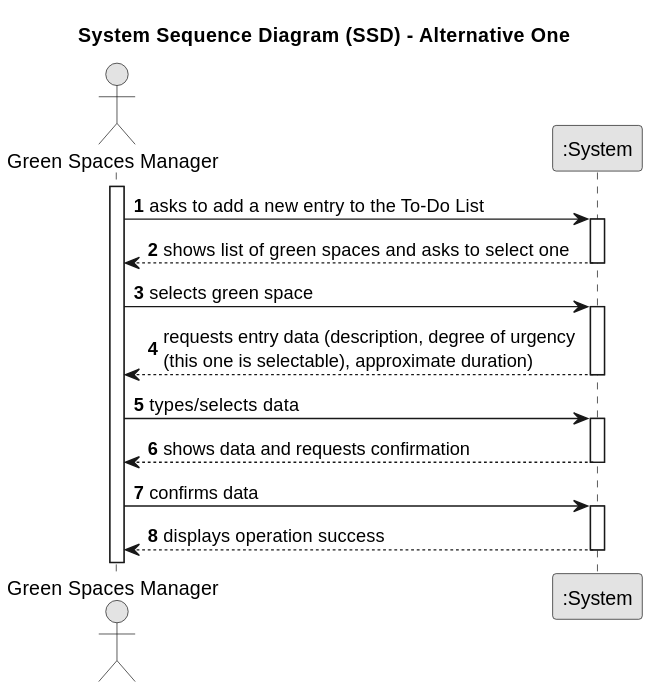
tiagosoa/lei-24-s2-1dgh-g073 keeps this PlantUML diagram as docs/sprint3/us021/01.requirements-engineering/svg/us021-system-sequence-diagram-alternative-one.svg. Above is the earlier version. The source it was exported from:
```plantuml
@startuml
skinparam monochrome true
skinparam packageStyle rectangle
skinparam shadowing false

title System Sequence Diagram (SSD) - Alternative One

autonumber

actor "Green Spaces Manager" as GSM
participant ":System" as System

activate GSM

    GSM -> System : asks to add a new entry to the To-Do List
    activate System

        System --> GSM : shows list of green spaces and asks to select one
    deactivate System

    GSM -> System : selects green space
    activate System

    System --> GSM : requests entry data (description, degree of urgency \n(this one is selectable), approximate duration)
    deactivate System

    GSM -> System : types/selects data
    activate System

    System --> GSM : shows data and requests confirmation
    deactivate System

    GSM -> System : confirms data
    activate System

    System --> GSM : displays operation success
    deactivate System
@enduml
```
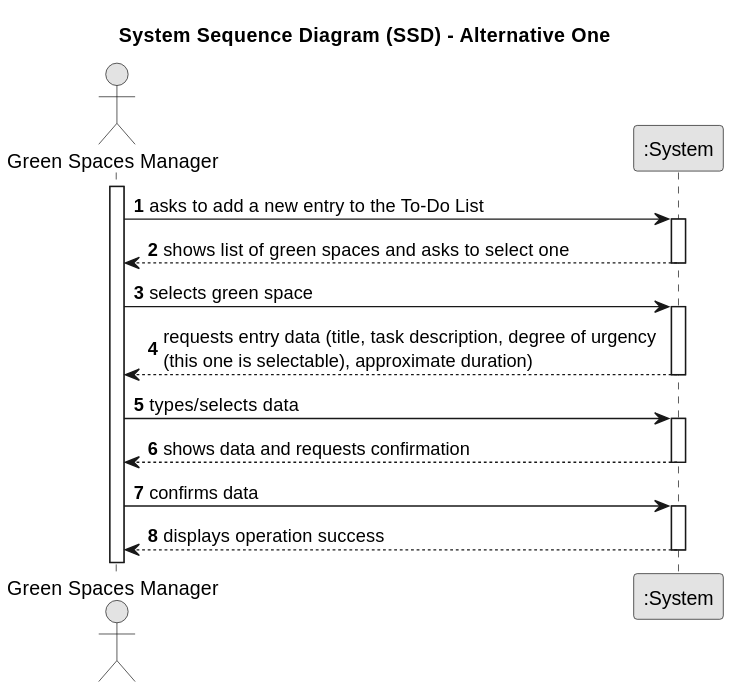
After the commit.

What changed in the source:
```diff
@@ -21,7 +21,7 @@
     GSM -> System : selects green space
     activate System
 
-    System --> GSM : requests entry data (description, degree of urgency \n(this one is selectable), approximate duration)
+    System --> GSM : requests entry data (title, task description, degree of urgency \n(this one is selectable), approximate duration)
     deactivate System
 
     GSM -> System : types/selects data
```
